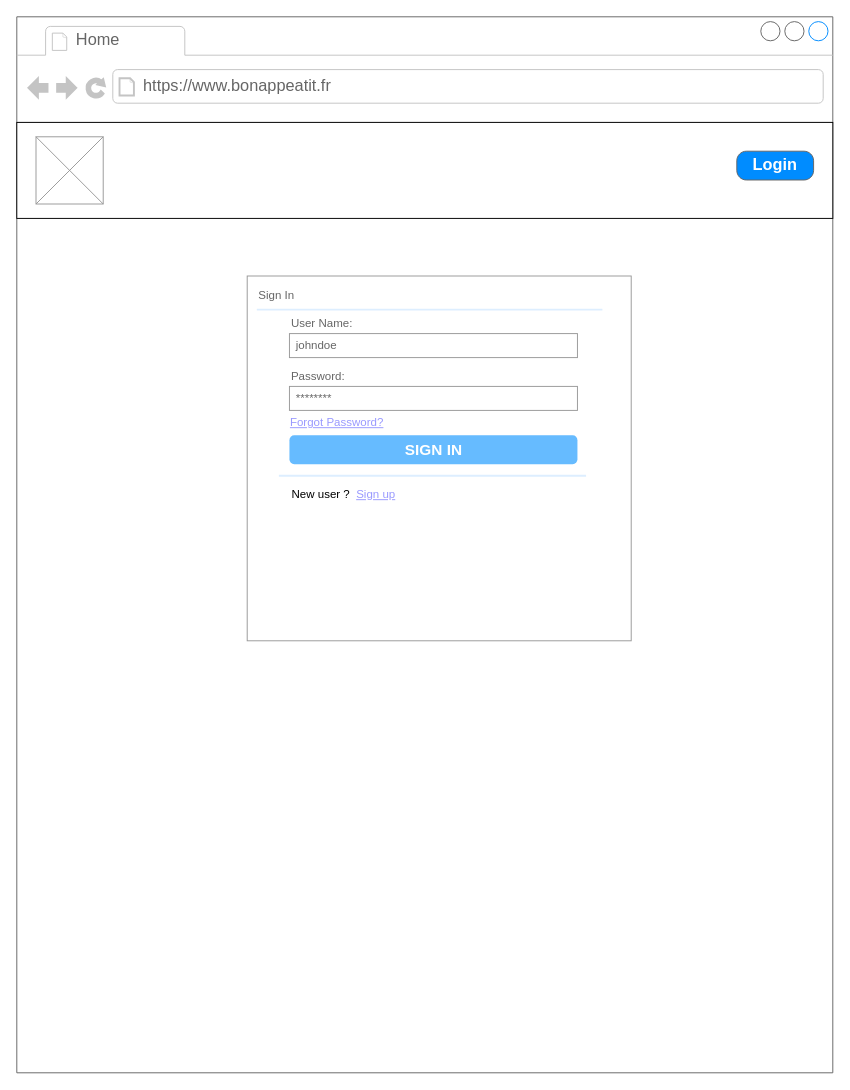
Before: part3/2_wireframes/Login.drawio in jmitchell35/holbertonschool-portfolio_project, a draw.io diagram. Source tidied: cells renumbered, new cells numbered last; positions are measured from the earlier drawing's top-left corner, leaving out a move shared by most shapes. Both pictures are drawn from the tidied source at 96%, with x=0, y=0 at pixel (16, 16).
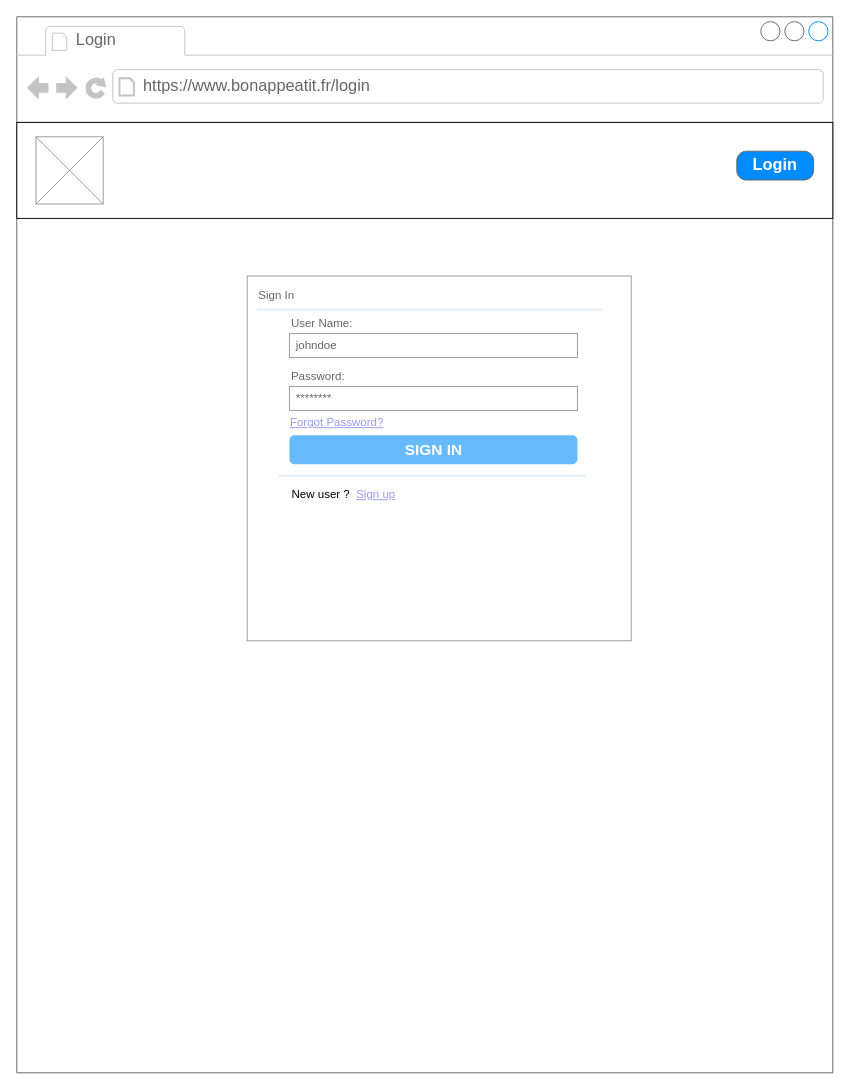
The same page after the edit.

Unchanged cells that the change refers to:
```xml
<mxCell id="2" style="strokeWidth=1;shadow=0;dashed=0;align=center;html=1;shape=mxgraph.mockup.containers.browserWindow;rSize=0;strokeColor=#666666;strokeColor2=#008cff;strokeColor3=#c4c4c4;mainText=,;" parent="1" vertex="1">
  <mxGeometry width="850" height="1100" as="geometry" />
</mxCell>
```

The edit, as a diff of the source:
```diff
@@
-    <mxCell id="3" value="Home" style="strokeWidth=1;shadow=0;dashed=0;align=center;html=1;shape=mxgraph.mockup.containers.anchor;fontSize=17;fontColor=#666666;align=left;whiteSpace=wrap;" parent="2" vertex="1">
+    <mxCell id="3" value="Login" style="strokeWidth=1;shadow=0;dashed=0;align=center;html=1;shape=mxgraph.mockup.containers.anchor;fontSize=17;fontColor=#666666;align=left;whiteSpace=wrap;" parent="2" vertex="1">
       <mxGeometry x="60" y="12" width="110" height="26" as="geometry" />
     </mxCell>
-    <mxCell id="4" value="https://www.bonappeatit.fr" style="strokeWidth=1;shadow=0;dashed=0;align=center;html=1;shape=mxgraph.mockup.containers.anchor;rSize=0;fontSize=17;fontColor=#666666;align=left;" parent="2" vertex="1">
+    <mxCell id="4" value="https://www.bonappeatit.fr/login" style="strokeWidth=1;shadow=0;dashed=0;align=center;html=1;shape=mxgraph.mockup.containers.anchor;rSize=0;fontSize=17;fontColor=#666666;align=left;" parent="2" vertex="1">
       <mxGeometry x="130" y="60" width="250" height="26" as="geometry" />
     </mxCell>
```
